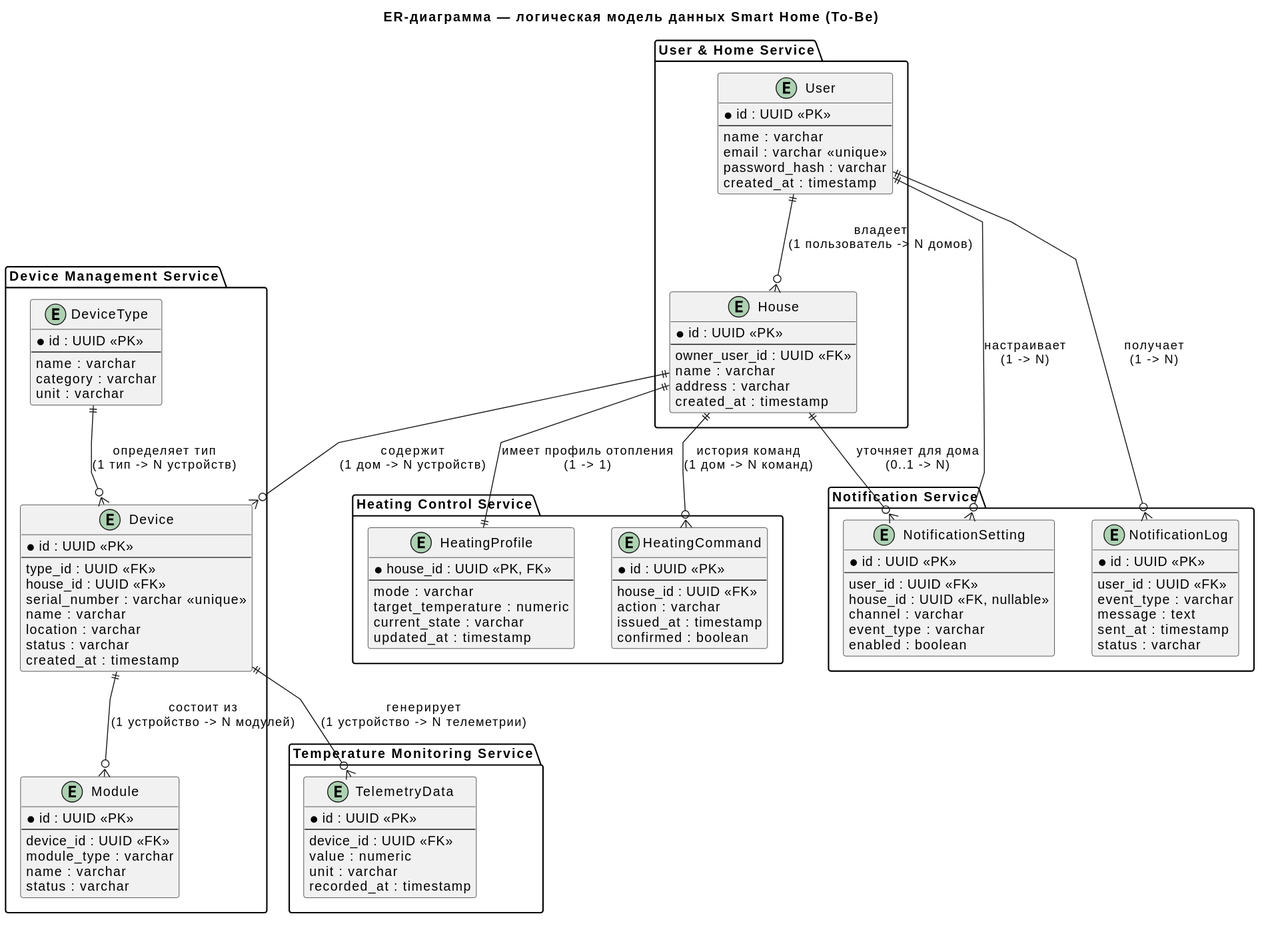
hakob-papazian/architecture-warmhouse. keeps this PlantUML diagram as docs/er/er-diagram.svg. Above is the earlier version. Its diagram source:
```plantuml
@startuml
title ER-диаграмма — логическая модель данных Smart Home (To-Be)

skinparam linetype polyline
skinparam nodesep 40
skinparam ranksep 60

package "User & Home Service" {
  entity "User" as user {
    * id : UUID <<PK>>
    --
    name : varchar
    email : varchar <<unique>>
    password_hash : varchar
    created_at : timestamp
  }

  entity "House" as house {
    * id : UUID <<PK>>
    --
    owner_user_id : UUID <<FK>>
    name : varchar
    address : varchar
    created_at : timestamp
  }
}

package "Device Management Service" {
  entity "DeviceType" as deviceType {
    * id : UUID <<PK>>
    --
    name : varchar
    category : varchar
    unit : varchar
  }

  entity "Device" as device {
    * id : UUID <<PK>>
    --
    type_id : UUID <<FK>>
    house_id : UUID <<FK>>
    serial_number : varchar <<unique>>
    name : varchar
    location : varchar
    status : varchar
    created_at : timestamp
  }

  entity "Module" as module {
    * id : UUID <<PK>>
    --
    device_id : UUID <<FK>>
    module_type : varchar
    name : varchar
    status : varchar
  }
}

package "Temperature Monitoring Service" {
  entity "TelemetryData" as telemetry {
    * id : UUID <<PK>>
    --
    device_id : UUID <<FK>>
    value : numeric
    unit : varchar
    recorded_at : timestamp
  }
}

package "Heating Control Service" {
  entity "HeatingProfile" as heatingProfile {
    * house_id : UUID <<PK, FK>>
    --
    mode : varchar
    target_temperature : numeric
    current_state : varchar
    updated_at : timestamp
  }

  entity "HeatingCommand" as heatingCommand {
    * id : UUID <<PK>>
    --
    house_id : UUID <<FK>>
    action : varchar
    issued_at : timestamp
    confirmed : boolean
  }
}

package "Notification Service" {
  entity "NotificationSetting" as notifSetting {
    * id : UUID <<PK>>
    --
    user_id : UUID <<FK>>
    house_id : UUID <<FK, nullable>>
    channel : varchar
    event_type : varchar
    enabled : boolean
  }

  entity "NotificationLog" as notifLog {
    * id : UUID <<PK>>
    --
    user_id : UUID <<FK>>
    event_type : varchar
    message : text
    sent_at : timestamp
    status : varchar
  }
}

user ||--o{ house : "владеет\n(1 пользователь -> N домов)"
house ||--o{ device : "содержит\n(1 дом -> N устройств)"
deviceType ||--o{ device : "определяет тип\n(1 тип -> N устройств)"
device ||--o{ module : "состоит из\n(1 устройство -> N модулей)"
device ||--o{ telemetry : "генерирует\n(1 устройство -> N телеметрии)"
house ||--|| heatingProfile : "имеет профиль отопления\n(1 -> 1)"
house ||--o{ heatingCommand : "история команд\n(1 дом -> N команд)"
user ||--o{ notifSetting : "настраивает\n(1 -> N)"
house ||--o{ notifSetting : "уточняет для дома\n(0..1 -> N)"
user ||--o{ notifLog : "получает\n(1 -> N)"
@enduml
```
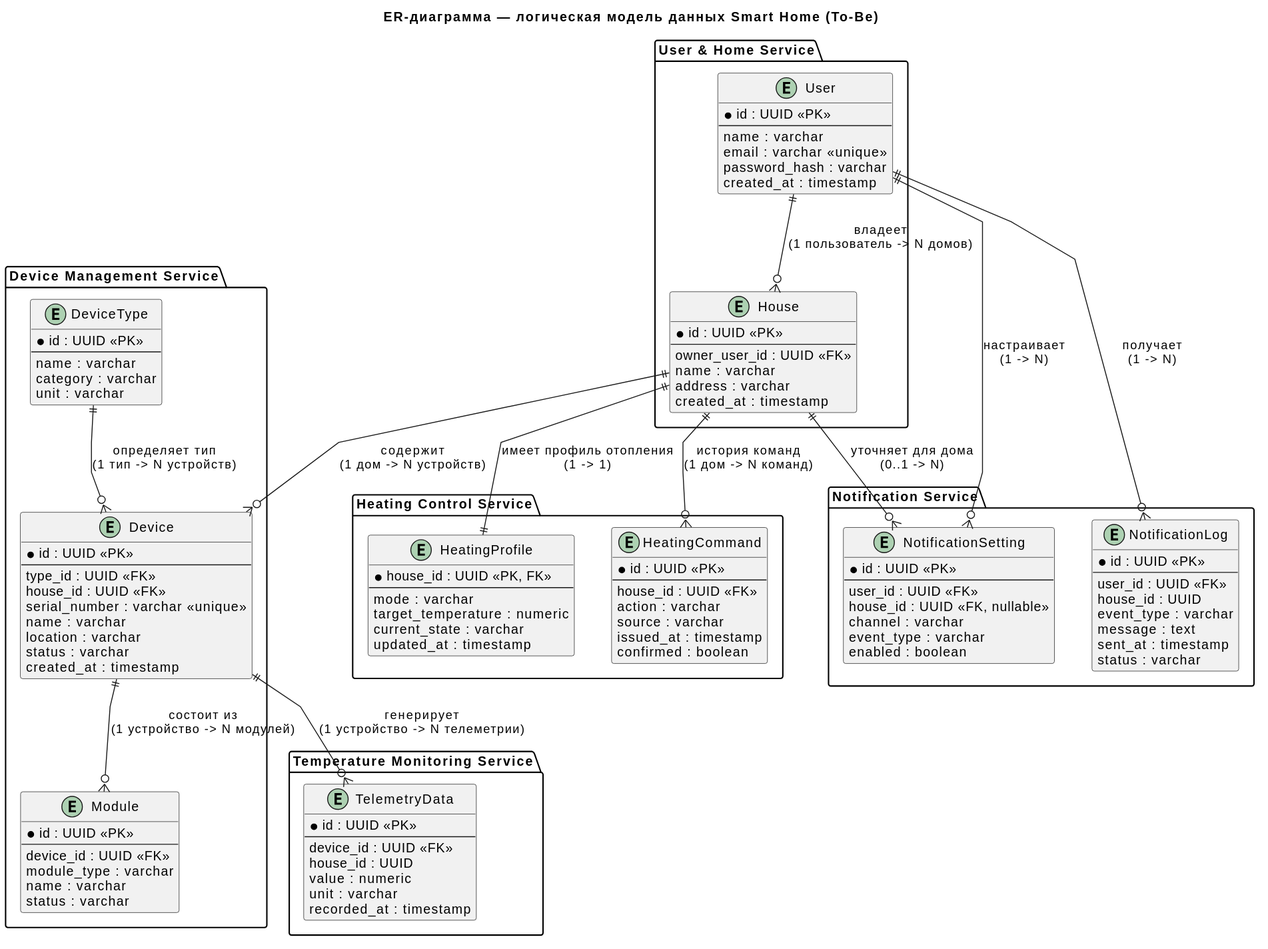
After the change.

Commit message:
Task 3 follow-up: implement Module, reconcile ER diagram with real schema

Diff of the diagram source:
```diff
@@ -61,6 +61,7 @@
     * id : UUID <<PK>>
     --
     device_id : UUID <<FK>>
+    house_id : UUID
     value : numeric
     unit : varchar
     recorded_at : timestamp
@@ -82,6 +83,7 @@
     --
     house_id : UUID <<FK>>
     action : varchar
+    source : varchar
     issued_at : timestamp
     confirmed : boolean
   }
@@ -102,6 +104,7 @@
     * id : UUID <<PK>>
     --
     user_id : UUID <<FK>>
+    house_id : UUID
     event_type : varchar
     message : text
     sent_at : timestamp
```
